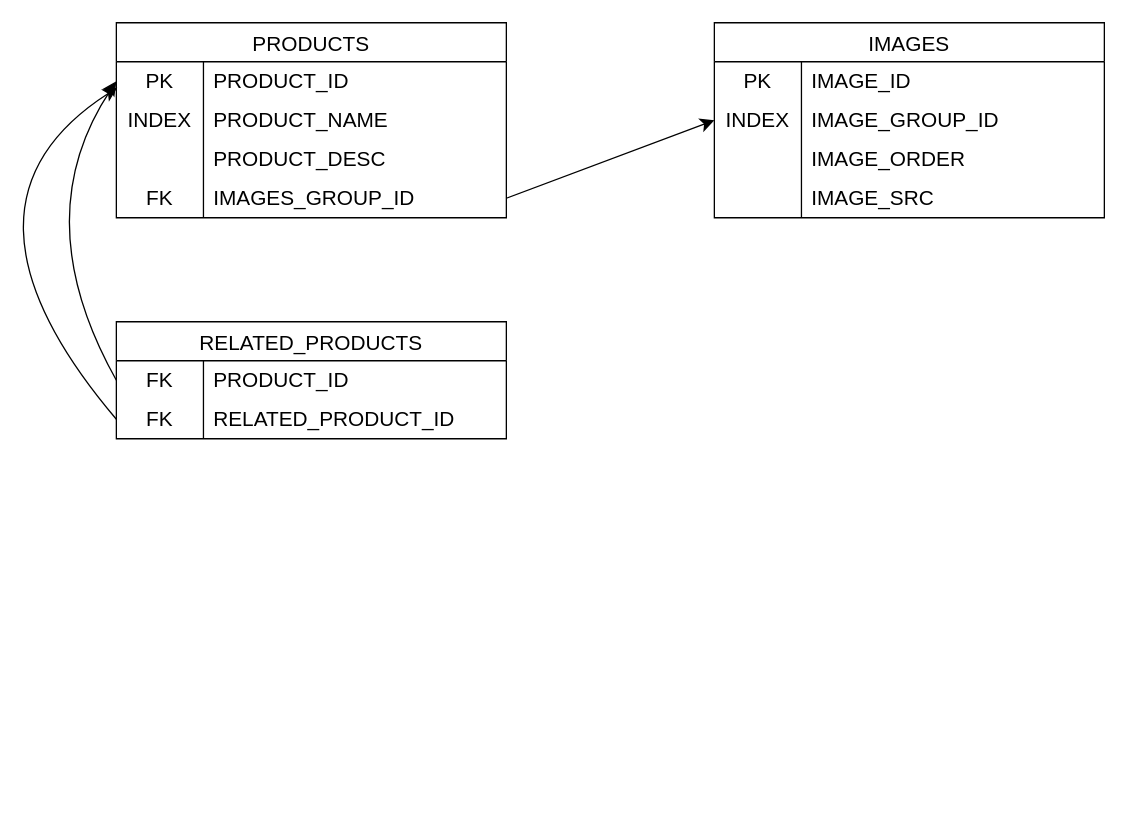
abd-rish/ECommerce keeps this draw.io diagram as Diagrams/sellerCentral.drawio. Above is the earlier version. Source tidied: cells renumbered, new cells numbered last; positions are measured from the earlier drawing's top-left corner, leaving out a move shared by most shapes. Both pictures are drawn from the tidied source at 130%, with x=0, y=0 at pixel (-66, 22).
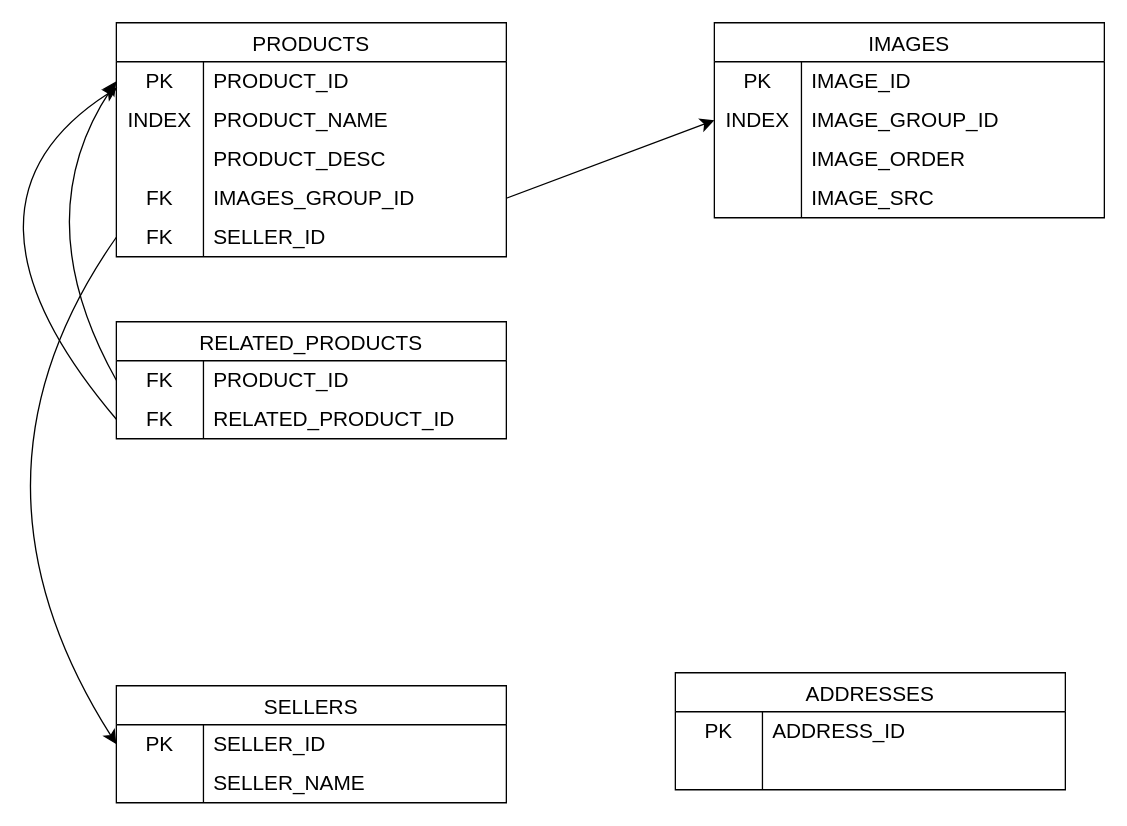
The same page after the edit.

What changed in the source:
```diff
@@
     <mxCell id="2" value="PRODUCTS" style="shape=table;startSize=30;childLayout=tableLayout;rowLines=0;fontStyle=0;strokeColor=default;fontSize=16;" parent="1" vertex="1">
-      <mxGeometry x="140" width="300" height="150" as="geometry" />
+      <mxGeometry x="140" width="300" height="180" as="geometry" />
     </mxCell>
@@
+    <mxCell id="38" style="shape=tableRow;horizontal=0;startSize=0;swimlaneHead=0;swimlaneBody=0;top=0;left=0;bottom=0;right=0;fillColor=none;points=[[0,0.5],[1,0.5]];portConstraint=eastwest;strokeColor=inherit;fontSize=16;" parent="2" vertex="1">
+      <mxGeometry y="150" width="300" height="30" as="geometry" />
+    </mxCell>
+    <mxCell id="39" value="FK" style="shape=partialRectangle;html=1;whiteSpace=wrap;fillColor=none;top=0;left=0;bottom=0;right=0;overflow=hidden;strokeColor=inherit;fontSize=16;" parent="38" vertex="1">
+      <mxGeometry width="67" height="30" as="geometry" />
+    </mxCell>
+    <mxCell id="40" value="SELLER_ID" style="shape=partialRectangle;html=1;whiteSpace=wrap;fillColor=none;top=0;left=0;bottom=0;right=0;align=left;spacingLeft=6;overflow=hidden;strokeColor=inherit;fontSize=16;" parent="38" vertex="1">
+      <mxGeometry x="67" width="233" height="30" as="geometry" />
+    </mxCell>
@@
+    <mxCell id="41" value="SELLERS" style="shape=table;startSize=30;childLayout=tableLayout;rowLines=0;fontStyle=0;strokeColor=default;fontSize=16;" parent="1" vertex="1">
+      <mxGeometry x="140" y="510" width="300" height="90" as="geometry" />
+    </mxCell>
+    <mxCell id="42" style="shape=tableRow;horizontal=0;startSize=0;swimlaneHead=0;swimlaneBody=0;top=0;left=0;bottom=0;right=0;fillColor=none;points=[[0,0.5],[1,0.5]];portConstraint=eastwest;strokeColor=inherit;fontSize=16;" parent="41" vertex="1">
+      <mxGeometry y="30" width="300" height="30" as="geometry" />
+    </mxCell>
+    <mxCell id="43" value="PK" style="shape=partialRectangle;html=1;whiteSpace=wrap;fillColor=none;top=0;left=0;bottom=0;right=0;overflow=hidden;strokeColor=inherit;fontSize=16;" parent="42" vertex="1">
+      <mxGeometry width="67" height="30" as="geometry" />
+    </mxCell>
+    <mxCell id="44" value="SELLER_ID" style="shape=partialRectangle;html=1;whiteSpace=wrap;fillColor=none;top=0;left=0;bottom=0;right=0;align=left;spacingLeft=6;overflow=hidden;strokeColor=inherit;fontSize=16;" parent="42" vertex="1">
+      <mxGeometry x="67" width="233" height="30" as="geometry" />
+    </mxCell>
+    <mxCell id="45" style="shape=tableRow;horizontal=0;startSize=0;swimlaneHead=0;swimlaneBody=0;top=0;left=0;bottom=0;right=0;fillColor=none;strokeColor=inherit;fontSize=16;" parent="41" vertex="1">
+      <mxGeometry y="60" width="300" height="30" as="geometry" />
+    </mxCell>
+    <mxCell id="46" style="shape=partialRectangle;html=1;whiteSpace=wrap;fillColor=none;top=0;left=0;bottom=0;right=0;overflow=hidden;strokeColor=inherit;fontSize=16;" parent="45" vertex="1">
+      <mxGeometry width="67" height="30" as="geometry" />
+    </mxCell>
+    <mxCell id="47" value="SELLER_NAME" style="shape=partialRectangle;html=1;whiteSpace=wrap;fillColor=none;top=0;left=0;bottom=0;right=0;align=left;spacingLeft=6;overflow=hidden;strokeColor=inherit;fontSize=16;" parent="45" vertex="1">
+      <mxGeometry x="67" width="233" height="30" as="geometry" />
+    </mxCell>
+    <mxCell id="48" style="edgeStyle=none;curved=1;rounded=0;jettySize=auto;html=1;exitX=0;exitY=0.5;exitDx=0;exitDy=0;entryX=0;entryY=0.5;entryDx=0;entryDy=0;fontSize=12;startSize=8;endSize=8;" parent="1" edge="1" source="38" target="42">
+      <mxGeometry relative="1" as="geometry">
+        <Array as="points">
+          <mxPoint x="10" y="350" />
+        </Array>
+      </mxGeometry>
+    </mxCell>
+    <mxCell id="49" value="ADDRESSES" style="shape=table;startSize=30;childLayout=tableLayout;rowLines=0;fontStyle=0;strokeColor=default;fontSize=16;" parent="1" vertex="1">
+      <mxGeometry x="570" y="500" width="300" height="90" as="geometry" />
+    </mxCell>
+    <mxCell id="50" style="shape=tableRow;horizontal=0;startSize=0;swimlaneHead=0;swimlaneBody=0;top=0;left=0;bottom=0;right=0;fillColor=none;strokeColor=inherit;fontSize=16;" parent="49" vertex="1">
+      <mxGeometry y="30" width="300" height="30" as="geometry" />
+    </mxCell>
+    <mxCell id="51" value="PK" style="shape=partialRectangle;html=1;whiteSpace=wrap;fillColor=none;top=0;left=0;bottom=0;right=0;overflow=hidden;strokeColor=inherit;fontSize=16;" parent="50" vertex="1">
+      <mxGeometry width="67" height="30" as="geometry" />
+    </mxCell>
+    <mxCell id="52" value="ADDRESS_ID" style="shape=partialRectangle;html=1;whiteSpace=wrap;fillColor=none;top=0;left=0;bottom=0;right=0;align=left;spacingLeft=6;overflow=hidden;strokeColor=inherit;fontSize=16;" parent="50" vertex="1">
+      <mxGeometry x="67" width="233" height="30" as="geometry" />
+    </mxCell>
+    <mxCell id="53" style="shape=tableRow;horizontal=0;startSize=0;swimlaneHead=0;swimlaneBody=0;top=0;left=0;bottom=0;right=0;fillColor=none;strokeColor=inherit;fontSize=16;" parent="49" vertex="1">
+      <mxGeometry y="60" width="300" height="30" as="geometry" />
+    </mxCell>
+    <mxCell id="54" style="shape=partialRectangle;html=1;whiteSpace=wrap;fillColor=none;top=0;left=0;bottom=0;right=0;overflow=hidden;strokeColor=inherit;fontSize=16;" parent="53" vertex="1">
+      <mxGeometry width="67" height="30" as="geometry" />
+    </mxCell>
+    <mxCell id="55" style="shape=partialRectangle;html=1;whiteSpace=wrap;fillColor=none;top=0;left=0;bottom=0;right=0;align=left;spacingLeft=6;overflow=hidden;strokeColor=inherit;fontSize=16;" parent="53" vertex="1">
+      <mxGeometry x="67" width="233" height="30" as="geometry" />
+    </mxCell>
```
